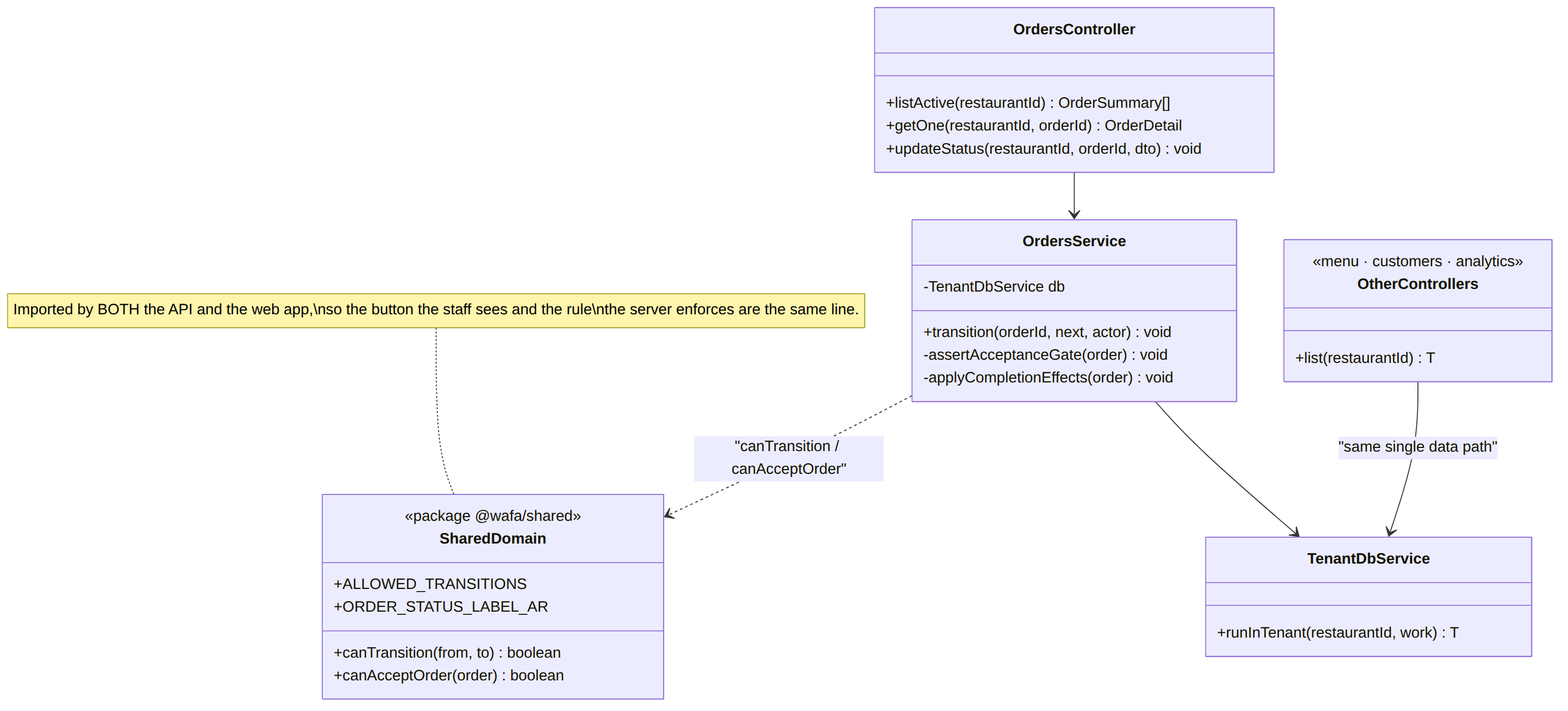
mozz-labs/sufria keeps this Mermaid diagram as docs/diagrams/06b-class-orders.png. Above is the earlier version. Its source is kept beside it as docs/diagrams/06b-class-orders.mmd.
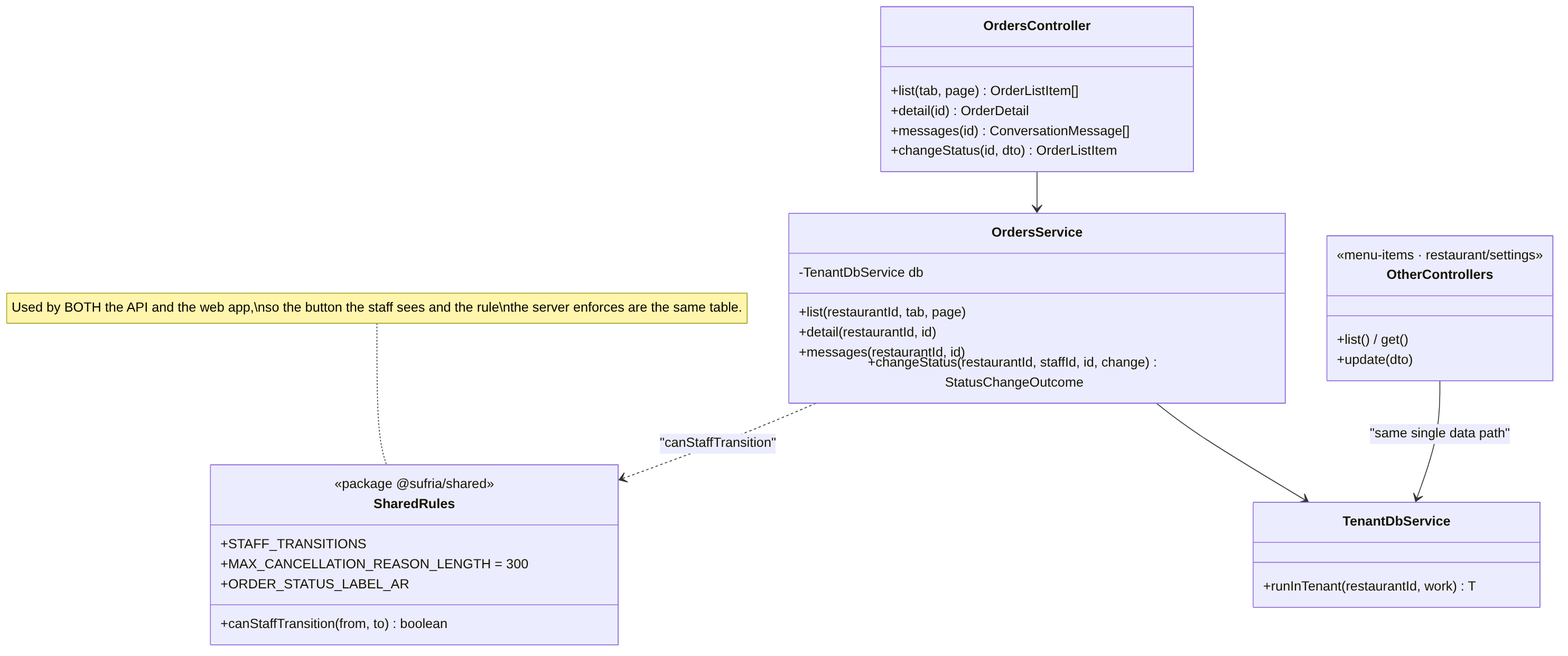
After the change.

Change to the diagram source:
```diff
@@ -1,34 +1,37 @@
 classDiagram
     direction TB
-    note for SharedDomain "Imported by BOTH the API and the web app,\nso the button the staff sees and the rule\nthe server enforces are the same line."
+    note for SharedRules "Used by BOTH the API and the web app,<br/>so the button the staff sees and the rule<br/>the server enforces are the same table."
 
     class OrdersController {
-        +listActive(restaurantId) OrderSummary[]
-        +getOne(restaurantId, orderId) OrderDetail
-        +updateStatus(restaurantId, orderId, dto) void
+        +list(tab, page) OrderListItem[]
+        +detail(id) OrderDetail
+        +messages(id) ConversationMessage[]
+        +changeStatus(id, dto) OrderListItem
     }
     class OrdersService {
         -TenantDbService db
-        +transition(orderId, next, actor) void
-        -assertAcceptanceGate(order) void
-        -applyCompletionEffects(order) void
+        +list(restaurantId, tab, page)
+        +detail(restaurantId, id)
+        +messages(restaurantId, id)
+        +changeStatus(restaurantId, staffId, id, change) StatusChangeOutcome
     }
-    class SharedDomain {
+    class SharedRules {
         <<package @sufria/shared>>
-        +ALLOWED_TRANSITIONS
-        +canTransition(from, to) boolean
-        +canAcceptOrder(order) boolean
+        +STAFF_TRANSITIONS
+        +canStaffTransition(from, to) boolean
+        +MAX_CANCELLATION_REASON_LENGTH = 300
         +ORDER_STATUS_LABEL_AR
     }
     class TenantDbService {
         +runInTenant(restaurantId, work) T
     }
     class OtherControllers {
-        <<menu · customers · analytics>>
-        +list(restaurantId) T
+        <<menu-items · restaurant/settings>>
+        +list() / get()
+        +update(dto)
     }
 
     OrdersController --> OrdersService
-    OrdersService ..> SharedDomain : "canTransition / canAcceptOrder"
+    OrdersService ..> SharedRules : canStaffTransition
     OrdersService --> TenantDbService
-    OtherControllers --> TenantDbService : "same single data path"
+    OtherControllers --> TenantDbService : same single data path
```
